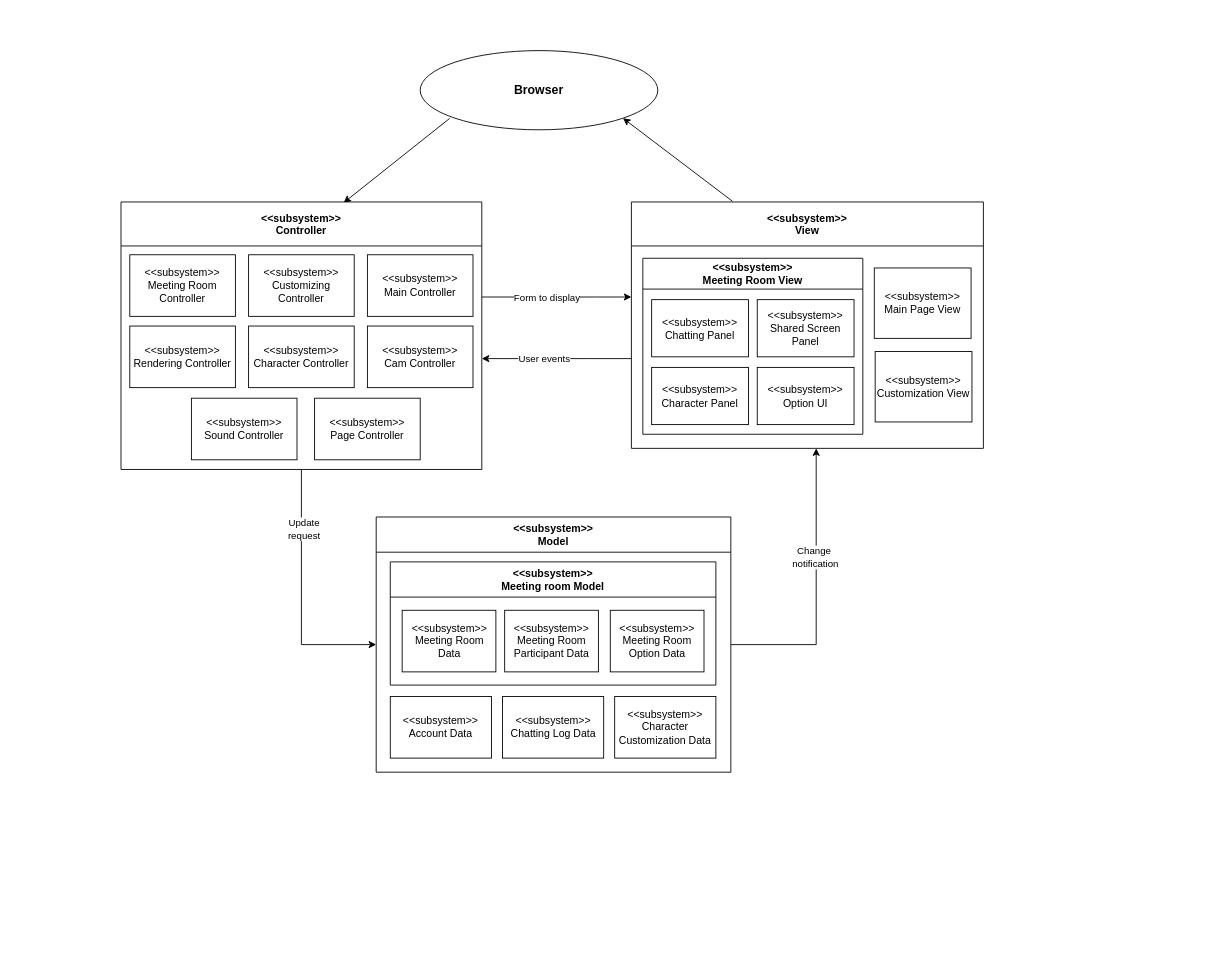
The draw.io diagram MVC_pattern.drawio in ONFFLine/Diagram, before the edit. Source tidied: cells renumbered, new cells numbered last; positions are measured from the earlier drawing's top-left corner, leaving out a move shared by most shapes. Both pictures are drawn from the tidied source at 88%, with x=0, y=0 at pixel (121, 50).
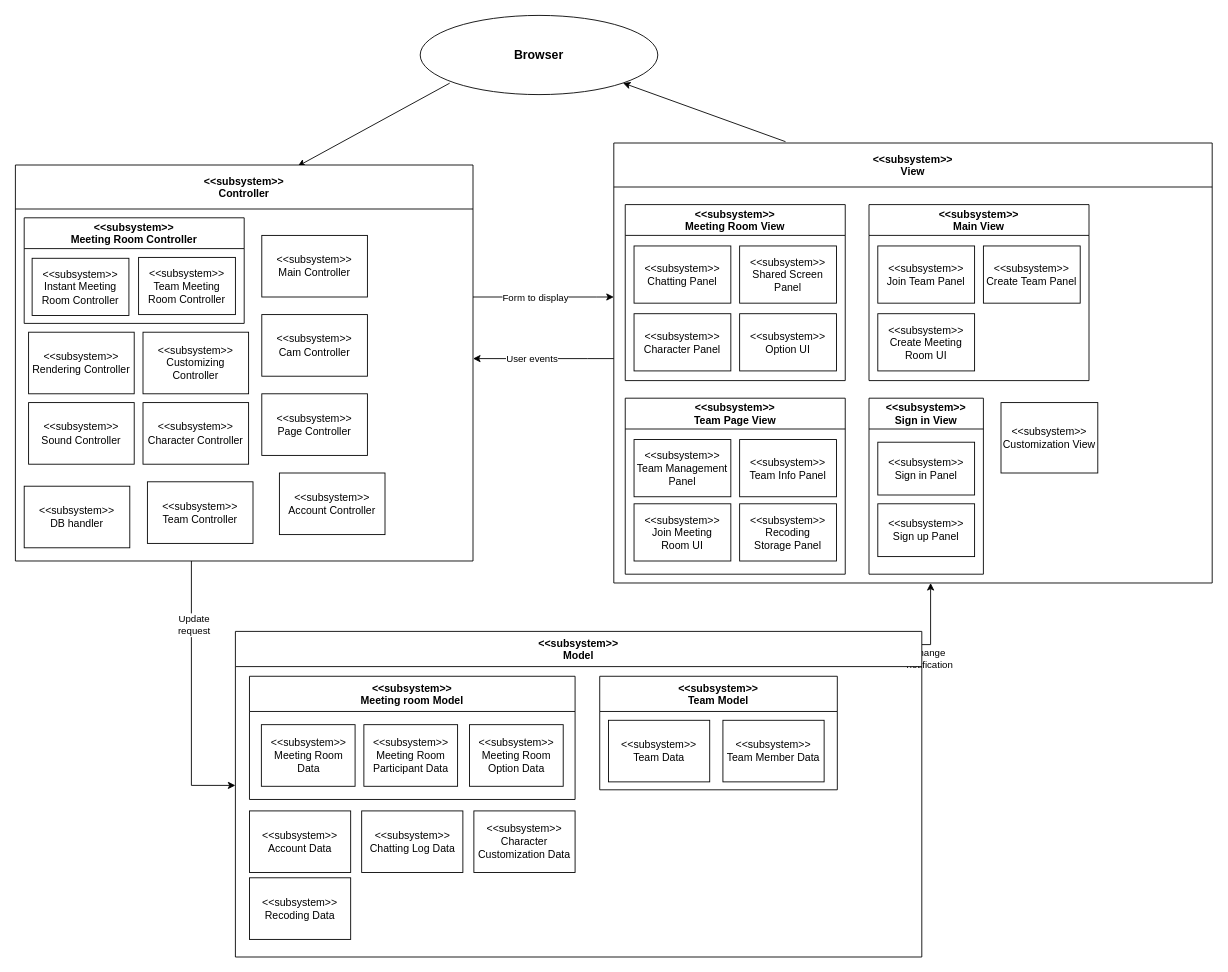
The same page after the edit.

Commit message:
Update Team MVC

The edit, as a diff of the source:
```diff
@@
     <mxCell id="4" value="&lt;font style=&quot;font-size: 14px&quot;&gt;&lt;b&gt;Browser&lt;/b&gt;&lt;/font&gt;" style="ellipse;whiteSpace=wrap;html=1;" parent="1" vertex="1">
-      <mxGeometry x="340" width="270" height="90" as="geometry" />
+      <mxGeometry x="340" y="-40" width="270" height="90" as="geometry" />
     </mxCell>
     <mxCell id="5" style="edgeStyle=orthogonalEdgeStyle;rounded=0;jettySize=auto;html=1;" parent="1" edge="1" source="9" target="31">
       <mxGeometry relative="1" as="geometry">
         <Array as="points">
-          <mxPoint x="205" y="675" />
+          <mxPoint x="80" y="835" />
         </Array>
       </mxGeometry>
     </mxCell>
@@
     <mxCell id="9" value="&lt;&lt;subsystem&gt;&gt;&#10;Controller" style="swimlane;startSize=50;" parent="1" vertex="1">
-      <mxGeometry y="172" width="410" height="304" as="geometry" />
+      <mxGeometry x="-120" y="130" width="520" height="450" as="geometry" />
     </mxCell>
     <mxCell id="10" value="&amp;lt;&amp;lt;subsystem&amp;gt;&amp;gt;&lt;br&gt;Rendering Controller" style="whiteSpace=wrap;html=1;" parent="9" vertex="1">
-      <mxGeometry x="10" y="141" width="120" height="70" as="geometry" />
+      <mxGeometry x="15" y="190" width="120" height="70" as="geometry" />
     </mxCell>
     <mxCell id="11" value="&amp;lt;&amp;lt;subsystem&amp;gt;&amp;gt;&lt;br&gt;Cam Controller" style="whiteSpace=wrap;html=1;" parent="9" vertex="1">
-      <mxGeometry x="280" y="141" width="120" height="70" as="geometry" />
+      <mxGeometry x="280" y="170" width="120" height="70" as="geometry" />
     </mxCell>
     <mxCell id="12" value="&amp;lt;&amp;lt;subsystem&amp;gt;&amp;gt;&lt;br&gt;Sound Controller" style="whiteSpace=wrap;html=1;" parent="9" vertex="1">
-      <mxGeometry x="80" y="223" width="120" height="70" as="geometry" />
+      <mxGeometry x="15" y="270" width="120" height="70" as="geometry" />
     </mxCell>
-    <mxCell id="13" value="&amp;lt;&amp;lt;subsystem&amp;gt;&amp;gt;&lt;br&gt;Meeting Room Controller" style="whiteSpace=wrap;html=1;" parent="9" vertex="1">
-      <mxGeometry x="10" y="60" width="120" height="70" as="geometry" />
-    </mxCell>
     <mxCell id="14" value="&amp;lt;&amp;lt;subsystem&amp;gt;&amp;gt;&lt;br&gt;Customizing Controller" style="whiteSpace=wrap;html=1;" parent="9" vertex="1">
-      <mxGeometry x="145" y="60" width="120" height="70" as="geometry" />
+      <mxGeometry x="145" y="190" width="120" height="70" as="geometry" />
     </mxCell>
     <mxCell id="15" value="&amp;lt;&amp;lt;subsystem&amp;gt;&amp;gt;&lt;br&gt;Main Controller" style="whiteSpace=wrap;html=1;" parent="9" vertex="1">
-      <mxGeometry x="280" y="60" width="120" height="70" as="geometry" />
+      <mxGeometry x="280" y="80" width="120" height="70" as="geometry" />
     </mxCell>
     <mxCell id="16" value="&amp;lt;&amp;lt;subsystem&amp;gt;&amp;gt;&lt;br&gt;Character Controller" style="whiteSpace=wrap;html=1;" parent="9" vertex="1">
-      <mxGeometry x="145" y="141" width="120" height="70" as="geometry" />
+      <mxGeometry x="145" y="270" width="120" height="70" as="geometry" />
     </mxCell>
     <mxCell id="17" value="&amp;lt;&amp;lt;subsystem&amp;gt;&amp;gt;&lt;br&gt;Page Controller" style="whiteSpace=wrap;html=1;" parent="9" vertex="1">
-      <mxGeometry x="220" y="223" width="120" height="70" as="geometry" />
+      <mxGeometry x="280" y="260" width="120" height="70" as="geometry" />
     </mxCell>
+    <mxCell id="40" value="&lt;&lt;subsystem&gt;&gt;&#10;Meeting Room Controller" style="swimlane;startSize=35;" parent="9" vertex="1">
+      <mxGeometry x="10" y="60" width="250" height="120" as="geometry" />
+    </mxCell>
+    <mxCell id="41" value="&amp;lt;&amp;lt;subsystem&amp;gt;&amp;gt;&lt;br&gt;Instant Meeting Room Controller" style="whiteSpace=wrap;html=1;" parent="40" vertex="1">
+      <mxGeometry x="9" y="46" width="110" height="65" as="geometry" />
+    </mxCell>
+    <mxCell id="42" style="edgeStyle=none;orthogonalLoop=1;jettySize=auto;html=1;exitX=1;exitY=0.5;exitDx=0;exitDy=0;" parent="40" edge="1" source="41" target="41">
+      <mxGeometry relative="1" as="geometry" />
+    </mxCell>
+    <mxCell id="43" value="&amp;lt;&amp;lt;subsystem&amp;gt;&amp;gt;&lt;br&gt;Team Meeting Room Controller" style="whiteSpace=wrap;html=1;" parent="40" vertex="1">
+      <mxGeometry x="130" y="45" width="110" height="65" as="geometry" />
+    </mxCell>
+    <mxCell id="44" value="&amp;lt;&amp;lt;subsystem&amp;gt;&amp;gt;&lt;br&gt;DB handler" style="whiteSpace=wrap;html=1;" parent="9" vertex="1">
+      <mxGeometry x="10" y="365" width="120" height="70" as="geometry" />
+    </mxCell>
+    <mxCell id="45" value="&amp;lt;&amp;lt;subsystem&amp;gt;&amp;gt;&lt;br&gt;Team Controller" style="whiteSpace=wrap;html=1;" parent="9" vertex="1">
+      <mxGeometry x="150" y="360" width="120" height="70" as="geometry" />
+    </mxCell>
+    <mxCell id="46" value="&amp;lt;&amp;lt;subsystem&amp;gt;&amp;gt;&lt;br&gt;Account Controller" style="whiteSpace=wrap;html=1;" parent="9" vertex="1">
+      <mxGeometry x="300" y="350" width="120" height="70" as="geometry" />
+    </mxCell>
@@
     <mxCell id="20" value="&lt;&lt;subsystem&gt;&gt;&#10;View" style="swimlane;startSize=50;" parent="1" vertex="1">
-      <mxGeometry x="580" y="172" width="400" height="280" as="geometry" />
+      <mxGeometry x="560" y="105" width="680" height="500" as="geometry" />
     </mxCell>
     <mxCell id="21" value="&lt;&lt;subsystem&gt;&gt;&#10;Meeting Room View" style="swimlane;startSize=35;" parent="20" vertex="1">
-      <mxGeometry x="13" y="64" width="250" height="200" as="geometry" />
+      <mxGeometry x="13" y="70" width="250" height="200" as="geometry" />
     </mxCell>
@@
-    <mxCell id="27" value="&amp;lt;&amp;lt;subsystem&amp;gt;&amp;gt;&lt;br&gt;Main Page View" style="whiteSpace=wrap;html=1;" parent="20" vertex="1">
-      <mxGeometry x="276" y="75" width="110" height="80" as="geometry" />
-    </mxCell>
     <mxCell id="28" value="&amp;lt;&amp;lt;subsystem&amp;gt;&amp;gt;&lt;br&gt;Customization View" style="whiteSpace=wrap;html=1;" parent="20" vertex="1">
-      <mxGeometry x="277" y="170" width="110" height="80" as="geometry" />
+      <mxGeometry x="440" y="295" width="110" height="80" as="geometry" />
     </mxCell>
+    <mxCell id="47" value="&lt;&lt;subsystem&gt;&gt;&#10;Team Page View" style="swimlane;startSize=35;" parent="20" vertex="1">
+      <mxGeometry x="13" y="290" width="250" height="200" as="geometry" />
+    </mxCell>
+    <mxCell id="48" value="&amp;lt;&amp;lt;subsystem&amp;gt;&amp;gt;&lt;br&gt;Team Management Panel" style="whiteSpace=wrap;html=1;" parent="47" vertex="1">
+      <mxGeometry x="10" y="47" width="110" height="65" as="geometry" />
+    </mxCell>
+    <mxCell id="49" style="edgeStyle=none;orthogonalLoop=1;jettySize=auto;html=1;exitX=1;exitY=0.5;exitDx=0;exitDy=0;" parent="47" edge="1" source="48" target="48">
+      <mxGeometry relative="1" as="geometry" />
+    </mxCell>
+    <mxCell id="50" value="&amp;lt;&amp;lt;subsystem&amp;gt;&amp;gt;&lt;br&gt;Team Info Panel" style="whiteSpace=wrap;html=1;" parent="47" vertex="1">
+      <mxGeometry x="130" y="47" width="110" height="65" as="geometry" />
+    </mxCell>
+    <mxCell id="51" value="&amp;lt;&amp;lt;subsystem&amp;gt;&amp;gt;&lt;br&gt;Join Meeting &lt;br&gt;Room UI" style="whiteSpace=wrap;html=1;" parent="47" vertex="1">
+      <mxGeometry x="10" y="120" width="110" height="65" as="geometry" />
+    </mxCell>
+    <mxCell id="52" value="&amp;lt;&amp;lt;subsystem&amp;gt;&amp;gt;&lt;br&gt;Recoding &lt;br&gt;Storage Panel" style="whiteSpace=wrap;html=1;" parent="47" vertex="1">
+      <mxGeometry x="130" y="120" width="110" height="65" as="geometry" />
+    </mxCell>
+    <mxCell id="53" value="&lt;&lt;subsystem&gt;&gt;&#10;Main View" style="swimlane;startSize=35;" parent="20" vertex="1">
+      <mxGeometry x="290" y="70" width="250" height="200" as="geometry" />
+    </mxCell>
+    <mxCell id="54" value="&amp;lt;&amp;lt;subsystem&amp;gt;&amp;gt;&lt;br&gt;Join Team Panel" style="whiteSpace=wrap;html=1;" parent="53" vertex="1">
+      <mxGeometry x="10" y="47" width="110" height="65" as="geometry" />
+    </mxCell>
+    <mxCell id="55" style="edgeStyle=none;orthogonalLoop=1;jettySize=auto;html=1;exitX=1;exitY=0.5;exitDx=0;exitDy=0;" parent="53" edge="1" source="54" target="54">
+      <mxGeometry relative="1" as="geometry" />
+    </mxCell>
+    <mxCell id="56" value="&amp;lt;&amp;lt;subsystem&amp;gt;&amp;gt;&lt;br&gt;Create Team Panel" style="whiteSpace=wrap;html=1;" parent="53" vertex="1">
+      <mxGeometry x="130" y="47" width="110" height="65" as="geometry" />
+    </mxCell>
+    <mxCell id="57" value="&amp;lt;&amp;lt;subsystem&amp;gt;&amp;gt;&lt;br&gt;Create Meeting Room UI" style="whiteSpace=wrap;html=1;" parent="53" vertex="1">
+      <mxGeometry x="10" y="124" width="110" height="65" as="geometry" />
+    </mxCell>
+    <mxCell id="58" value="&lt;&lt;subsystem&gt;&gt;&#10;Sign in View" style="swimlane;startSize=35;" parent="20" vertex="1">
+      <mxGeometry x="290" y="290" width="130" height="200" as="geometry" />
+    </mxCell>
+    <mxCell id="59" style="edgeStyle=none;orthogonalLoop=1;jettySize=auto;html=1;exitX=1;exitY=0.5;exitDx=0;exitDy=0;" parent="58" edge="1">
+      <mxGeometry relative="1" as="geometry">
+        <mxPoint x="120" y="79.5" as="sourcePoint" />
+        <mxPoint x="120" y="79.5" as="targetPoint" />
+      </mxGeometry>
+    </mxCell>
+    <mxCell id="60" value="&amp;lt;&amp;lt;subsystem&amp;gt;&amp;gt;&lt;br&gt;Sign in Panel" style="whiteSpace=wrap;html=1;" parent="58" vertex="1">
+      <mxGeometry x="10" y="50" width="110" height="60" as="geometry" />
+    </mxCell>
+    <mxCell id="61" value="&amp;lt;&amp;lt;subsystem&amp;gt;&amp;gt;&lt;br&gt;Sign up Panel" style="whiteSpace=wrap;html=1;" parent="58" vertex="1">
+      <mxGeometry x="10" y="120" width="110" height="60" as="geometry" />
+    </mxCell>
     <mxCell id="29" style="edgeStyle=orthogonalEdgeStyle;rounded=0;jettySize=auto;html=1;" parent="1" edge="1" source="31" target="20">
       <mxGeometry relative="1" as="geometry">
         <Array as="points">
-          <mxPoint x="790" y="675" />
+          <mxPoint x="920" y="675" />
         </Array>
       </mxGeometry>
     </mxCell>
@@
     <mxCell id="31" value="&lt;&lt;subsystem&gt;&gt;&#10;Model" style="swimlane;startSize=40;" parent="1" vertex="1">
-      <mxGeometry x="290" y="530" width="403" height="290" as="geometry" />
+      <mxGeometry x="130" y="660" width="780" height="370" as="geometry" />
     </mxCell>
@@
+    <mxCell id="62" value="&amp;lt;&amp;lt;subsystem&amp;gt;&amp;gt;&lt;br&gt;Recoding Data" style="whiteSpace=wrap;html=1;" parent="31" vertex="1">
+      <mxGeometry x="16" y="280" width="115" height="70" as="geometry" />
+    </mxCell>
+    <mxCell id="63" value="&lt;&lt;subsystem&gt;&gt;&#10;Team Model" style="swimlane;startSize=40;" parent="31" vertex="1">
+      <mxGeometry x="414" y="51" width="270" height="129" as="geometry" />
+    </mxCell>
+    <mxCell id="64" style="edgeStyle=none;orthogonalLoop=1;jettySize=auto;html=1;exitX=1;exitY=0.5;exitDx=0;exitDy=0;" parent="63" edge="1">
+      <mxGeometry relative="1" as="geometry">
+        <mxPoint x="120" y="95" as="sourcePoint" />
+        <mxPoint x="120" y="95" as="targetPoint" />
+      </mxGeometry>
+    </mxCell>
+    <mxCell id="65" value="&amp;lt;&amp;lt;subsystem&amp;gt;&amp;gt;&lt;br&gt;Team Member Data" style="whiteSpace=wrap;html=1;" parent="63" vertex="1">
+      <mxGeometry x="140" y="50" width="115" height="70" as="geometry" />
+    </mxCell>
+    <mxCell id="66" value="&amp;lt;&amp;lt;subsystem&amp;gt;&amp;gt;&lt;br&gt;Team Data" style="whiteSpace=wrap;html=1;" parent="63" vertex="1">
+      <mxGeometry x="10" y="50" width="115" height="70" as="geometry" />
+    </mxCell>
```
